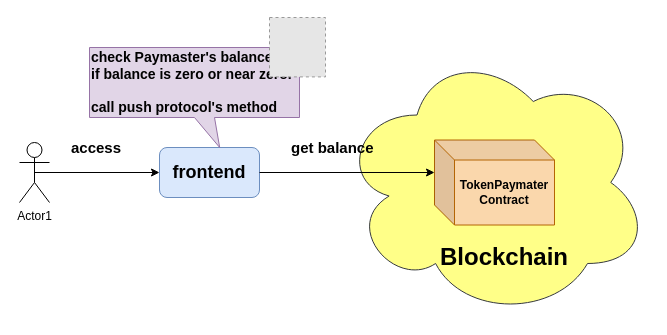
This is page "GasTankChatBot" (5 of 5) of assets/frkt.drawio from yujiym/frkt, a draw.io file, before an edit. Source tidied: cells renumbered, new cells numbered last; positions are measured from the earlier drawing's top-left corner, leaving out a move shared by most shapes. Both pictures are drawn from the tidied source at 100%, with x=0, y=0 at pixel (19, 17). Pictures stored in the file or linked from it are replaced by grey dashed boxes.
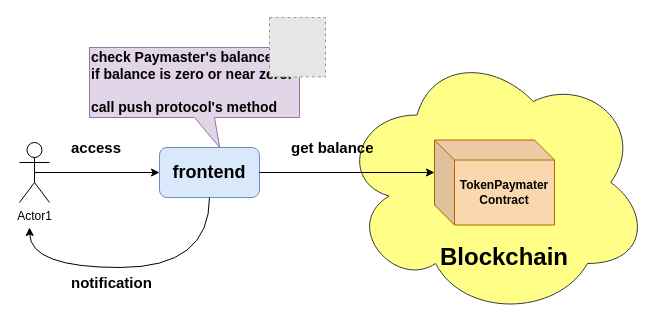
The same page after the edit.

The edit, as a diff of the source:
```diff
@@
 <mxGraphModel>
   <root>
     <mxCell id="0" />
     <mxCell id="1" parent="0" />
     <mxCell id="2" style="ellipse;shape=cloud;whiteSpace=wrap;html=1;fillColor=#ffff88;strokeColor=#36393d;" parent="1" vertex="1">
       <mxGeometry x="320" y="30" width="310" height="270" as="geometry" />
     </mxCell>
     <mxCell id="3" value="&lt;b&gt;Blockchain&lt;/b&gt;" style="text;html=1;strokeColor=none;fillColor=none;align=center;verticalAlign=middle;whiteSpace=wrap;rounded=0;fontSize=24;" parent="1" vertex="1">
       <mxGeometry x="410" y="220" width="150" height="40" as="geometry" />
     </mxCell>
     <mxCell id="4" value="frontend" style="rounded=1;whiteSpace=wrap;html=1;fillColor=#dae8fc;strokeColor=#6c8ebf;fontStyle=1;fontSize=18;" parent="1" vertex="1">
       <mxGeometry x="140" y="130" width="100" height="50" as="geometry" />
     </mxCell>
     <mxCell id="5" value="Actor1" style="shape=umlActor;verticalLabelPosition=bottom;verticalAlign=top;html=1;outlineConnect=0;" parent="1" vertex="1">
       <mxGeometry y="125" width="30" height="60" as="geometry" />
     </mxCell>
     <mxCell id="6" value="TokenPaymater&lt;br&gt;Contract" style="shape=cube;whiteSpace=wrap;html=1;boundedLbl=1;backgroundOutline=1;darkOpacity=0.05;darkOpacity2=0.1;fillColor=#fad7ac;strokeColor=#b46504;fontStyle=1;" parent="1" vertex="1">
       <mxGeometry x="415" y="122.5" width="120" height="85" as="geometry" />
     </mxCell>
     <mxCell id="7" value="check Paymaster's balance&lt;br style=&quot;font-size: 14px;&quot;&gt;if balance is zero or near zero.&lt;br style=&quot;font-size: 14px;&quot;&gt;&lt;br style=&quot;font-size: 14px;&quot;&gt;call push protocol's method" style="shape=callout;whiteSpace=wrap;html=1;perimeter=calloutPerimeter;fillColor=#e1d5e7;strokeColor=#9673a6;align=left;fontSize=14;fontStyle=1;position2=0.62;" parent="1" vertex="1">
       <mxGeometry x="70" y="30" width="210" height="100" as="geometry" />
     </mxCell>
     <mxCell id="8" style="fillColor=#E6E6E6;strokeColor=#999999;dashed=1;verticalLabelPosition=bottom;labelBackgroundColor=default;verticalAlign=top;" parent="1" vertex="1">
       <mxGeometry x="250" width="56" height="59.4" as="geometry" />
     </mxCell>
     <mxCell id="9" style="endArrow=classic;html=1;rounded=0;exitX=0.5;exitY=0.5;exitDx=0;exitDy=0;exitPerimeter=0;" parent="1" edge="1" source="5" target="4">
       <mxGeometry relative="1" as="geometry" />
     </mxCell>
     <mxCell id="10" style="endArrow=classic;html=1;rounded=0;entryX=0;entryY=0;entryDx=0;entryDy=32.5;entryPerimeter=0;exitX=1;exitY=0.5;exitDx=0;exitDy=0;" parent="1" edge="1" source="4" target="6">
       <mxGeometry relative="1" as="geometry" />
     </mxCell>
     <mxCell id="11" value="&lt;b&gt;access&lt;/b&gt;" style="text;html=1;strokeColor=none;fillColor=none;align=left;verticalAlign=middle;whiteSpace=wrap;rounded=0;fontSize=15;" parent="1" vertex="1">
       <mxGeometry x="50" y="110" width="70" height="40" as="geometry" />
     </mxCell>
     <mxCell id="12" value="&lt;b&gt;get balance&lt;/b&gt;" style="text;html=1;strokeColor=none;fillColor=none;align=left;verticalAlign=middle;whiteSpace=wrap;rounded=0;fontSize=15;" parent="1" vertex="1">
       <mxGeometry x="270" y="110" width="90" height="40" as="geometry" />
     </mxCell>
+    <mxCell id="13" style="endArrow=classic;html=1;rounded=0;exitX=0.5;exitY=1;exitDx=0;exitDy=0;edgeStyle=orthogonalEdgeStyle;curved=1;" parent="1" edge="1" source="4">
+      <mxGeometry relative="1" as="geometry">
+        <mxPoint x="10" y="210" as="targetPoint" />
+        <Array as="points">
+          <mxPoint x="190" y="250" />
+          <mxPoint x="11" y="250" />
+        </Array>
+      </mxGeometry>
+    </mxCell>
+    <mxCell id="14" value="&lt;b&gt;notification&lt;/b&gt;" style="text;html=1;strokeColor=none;fillColor=none;align=left;verticalAlign=middle;whiteSpace=wrap;rounded=0;fontSize=15;" parent="1" vertex="1">
+      <mxGeometry x="50" y="250" width="100" height="30" as="geometry" />
+    </mxCell>
   </root>
 </mxGraphModel>
```
